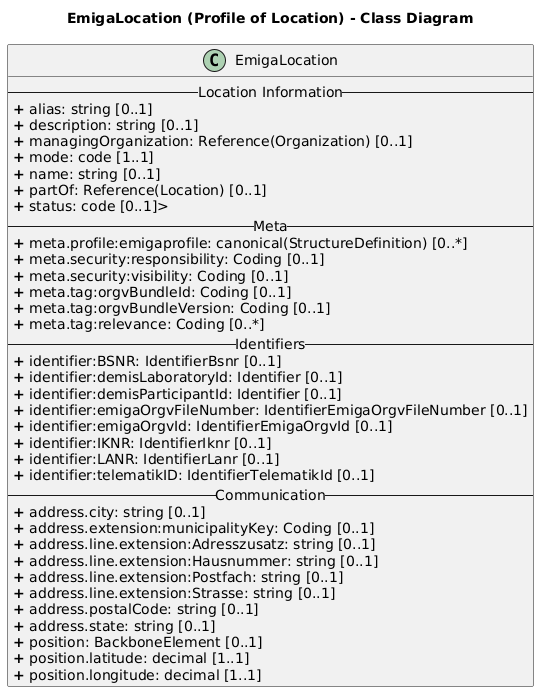
The PlantUML diagram rki.emiga.vzd/guides/implementationguides/PlantUML/PNGs/Location.png in robert-koch-institut/rki.emiga.vzd, before a commit. Source of this version:
```plantuml
@startuml
skinparam linetype ortho

title EmigaLocation (Profile of Location) - Class Diagram

class EmigaLocation{
-- Location Information --
<b>+</b> alias: string [0..1]
<b>+</b> description: string [0..1]
<b>+</b> managingOrganization: Reference(Organization) [0..1]
<b>+</b> mode: code [1..1]
<b>+</b> name: string [0..1]
<b>+</b> partOf: Reference(Location) [0..1]
<b>+</b> status: code [0..1]>
-- Meta --
<b>+</b> meta.profile:emigaprofile: canonical(StructureDefinition) [0..*]
<b>+</b> meta.security:responsibility: Coding [0..1]
<b>+</b> meta.security:visibility: Coding [0..1]
<b>+</b> meta.tag:orgvBundleId: Coding [0..1]
<b>+</b> meta.tag:orgvBundleVersion: Coding [0..1]
<b>+</b> meta.tag:relevance: Coding [0..*]
-- Identifiers --
<b>+</b> identifier:BSNR: IdentifierBsnr [0..1]
<b>+</b> identifier:demisLaboratoryId: Identifier [0..1]
<b>+</b> identifier:demisParticipantId: Identifier [0..1]
<b>+</b> identifier:emigaOrgvFileNumber: IdentifierEmigaOrgvFileNumber [0..1]
<b>+</b> identifier:emigaOrgvId: IdentifierEmigaOrgvId [0..1]
<b>+</b> identifier:IKNR: IdentifierIknr [0..1]
<b>+</b> identifier:LANR: IdentifierLanr [0..1]
<b>+</b> identifier:telematikID: IdentifierTelematikId [0..1]
-- Communication --
<b>+</b> address.city: string [0..1]
<b>+</b> address.extension:municipalityKey: Coding [0..1]
<b>+</b> address.line.extension:Adresszusatz: string [0..1]
<b>+</b> address.line.extension:Hausnummer: string [0..1]
<b>+</b> address.line.extension:Postfach: string [0..1]
<b>+</b> address.line.extension:Strasse: string [0..1]
<b>+</b> address.postalCode: string [0..1]
<b>+</b> address.state: string [0..1]
<b>+</b> position: BackboneElement [0..1]
<b>+</b> position.latitude: decimal [1..1]
<b>+</b> position.longitude: decimal [1..1]
}
@enduml
```
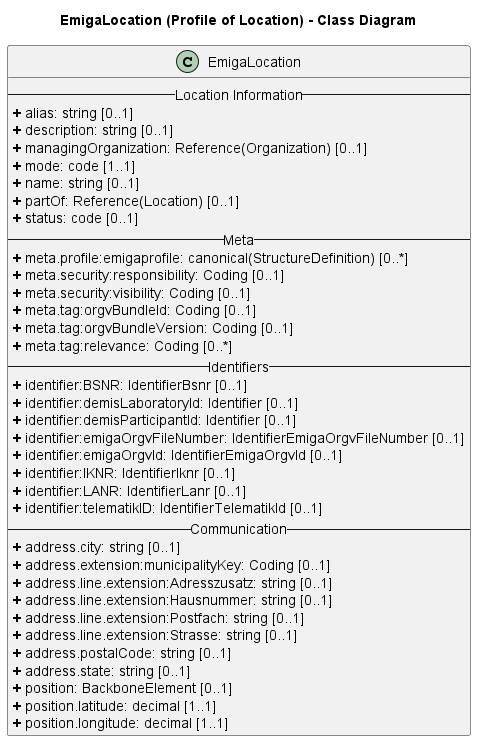
The same diagram one commit later.

Diff of the diagram source:
```diff
@@ -11,7 +11,7 @@
 <b>+</b> mode: code [1..1]
 <b>+</b> name: string [0..1]
 <b>+</b> partOf: Reference(Location) [0..1]
-<b>+</b> status: code [0..1]>
+<b>+</b> status: code [0..1]
 -- Meta --
 <b>+</b> meta.profile:emigaprofile: canonical(StructureDefinition) [0..*]
 <b>+</b> meta.security:responsibility: Coding [0..1]
@@ -41,4 +41,5 @@
 <b>+</b> position.latitude: decimal [1..1]
 <b>+</b> position.longitude: decimal [1..1]
 }
+
 @enduml
```
